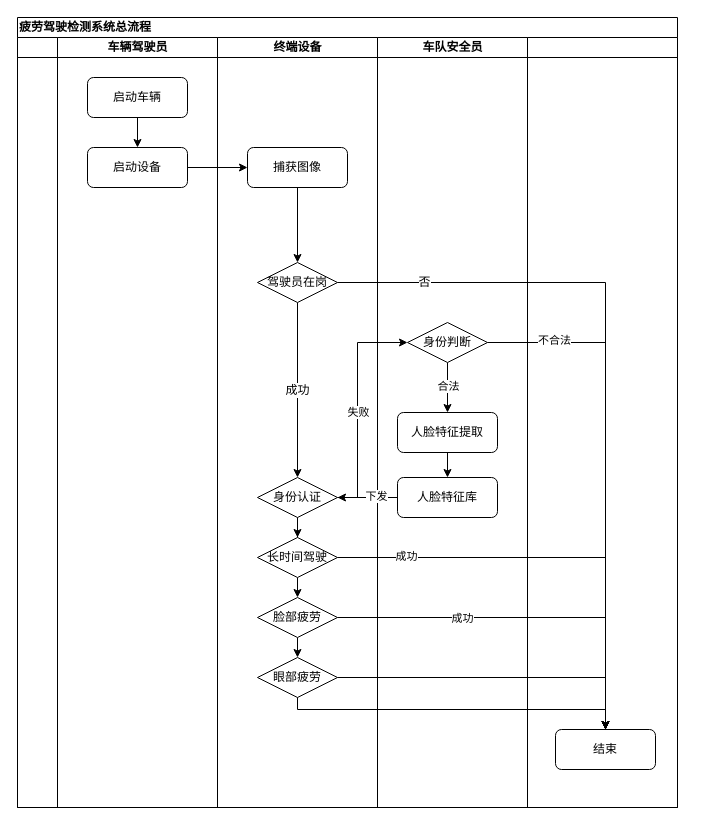
Before: page "检测流程" (2 of 3) of 疲劳驾驶检测与预警系统总流程.drawio in Flhawker/Flow, a draw.io diagram. Source tidied: cells renumbered, new cells numbered last; positions are measured from the earlier drawing's top-left corner, leaving out a move shared by most shapes. Both pictures are drawn from the tidied source at 100%, with x=0, y=0 at pixel (17, 17).
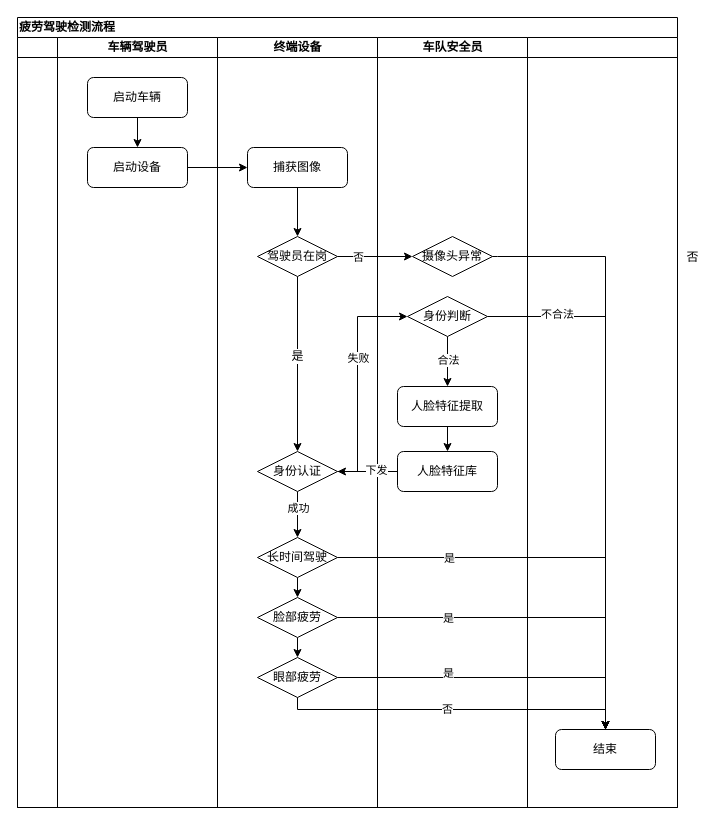
The same page after the edit.

Unchanged cells that the change refers to:
```xml
<mxCell id="8" value="终端设备" style="swimlane;html=1;startSize=20;" parent="2" vertex="1">
  <mxGeometry x="200" y="20" width="160" height="770" as="geometry" />
</mxCell>
<mxCell id="16" value="长时间驾驶" style="rhombus;whiteSpace=wrap;html=1;rounded=0;shadow=0;labelBackgroundColor=none;strokeWidth=1;fontFamily=Verdana;fontSize=12;align=center;" parent="8" vertex="1">
  <mxGeometry x="40" y="500" width="80" height="40" as="geometry" />
</mxCell>
<mxCell id="19" value="眼部疲劳" style="rhombus;whiteSpace=wrap;html=1;rounded=0;shadow=0;labelBackgroundColor=none;strokeWidth=1;fontFamily=Verdana;fontSize=12;align=center;" parent="8" vertex="1">
  <mxGeometry x="40" y="620" width="80" height="40" as="geometry" />
</mxCell>
<mxCell id="21" value="车队安全员" style="swimlane;html=1;startSize=20;" parent="2" vertex="1">
  <mxGeometry x="360" y="20" width="150" height="770" as="geometry" />
</mxCell>
<mxCell id="29" value="结束" style="rounded=1;whiteSpace=wrap;html=1;shadow=0;labelBackgroundColor=none;strokeWidth=1;fontFamily=Verdana;fontSize=12;align=center;imageHeight=24;" parent="28" vertex="1">
  <mxGeometry x="28" y="692" width="100" height="40" as="geometry" />
</mxCell>
<mxCell id="34" style="edgeStyle=orthogonalEdgeStyle;rounded=0;jettySize=auto;html=1;exitX=1;exitY=0.5;exitDx=0;exitDy=0;" parent="2" edge="1" source="16" target="29">
  <mxGeometry relative="1" as="geometry" />
</mxCell>
<mxCell id="38" style="edgeStyle=orthogonalEdgeStyle;rounded=0;jettySize=auto;html=1;exitX=1;exitY=0.5;exitDx=0;exitDy=0;" parent="2" edge="1" source="18" target="29">
  <mxGeometry relative="1" as="geometry" />
</mxCell>
<mxCell id="41" style="edgeStyle=orthogonalEdgeStyle;rounded=0;jettySize=auto;html=1;exitX=0.5;exitY=1;exitDx=0;exitDy=0;" parent="2" edge="1" source="19" target="29">
  <mxGeometry relative="1" as="geometry">
    <Array as="points">
      <mxPoint x="280" y="692" />
      <mxPoint x="588" y="692" />
    </Array>
  </mxGeometry>
</mxCell>
```

The edit, as a diff of the source:
```diff
@@
-    <mxCell id="2" value="疲劳驾驶检测系统总流程" style="swimlane;html=1;startSize=20;rounded=0;shadow=0;labelBackgroundColor=none;strokeWidth=1;fontFamily=Verdana;fontSize=12;align=left;" parent="1" vertex="1">
+    <mxCell id="2" value="疲劳驾驶检测流程" style="swimlane;html=1;startSize=20;rounded=0;shadow=0;labelBackgroundColor=none;strokeWidth=1;fontFamily=Verdana;fontSize=12;align=left;" parent="1" vertex="1">
       <mxGeometry width="660" height="790" as="geometry" />
     </mxCell>
@@
-    <mxCell id="11" value="成功" style="edgeStyle=orthogonalEdgeStyle;rounded=0;jettySize=auto;html=1;entryX=0.5;entryY=0;entryDx=0;entryDy=0;fontFamily=Helvetica;fontSize=12;" parent="8" edge="1" source="12" target="14">
-      <mxGeometry relative="1" as="geometry" />
+    <mxCell id="11" value="是" style="edgeStyle=orthogonalEdgeStyle;rounded=0;jettySize=auto;html=1;entryX=0.5;entryY=0;entryDx=0;entryDy=0;fontFamily=Helvetica;fontSize=12;" parent="8" edge="1" source="12" target="14">
+      <mxGeometry x="-0.07" relative="1" as="geometry">
+        <mxPoint y="-1" as="offset" />
+      </mxGeometry>
     </mxCell>
     <mxCell id="12" value="驾驶员在岗" style="rhombus;whiteSpace=wrap;html=1;rounded=0;shadow=0;labelBackgroundColor=none;strokeWidth=1;fontFamily=Verdana;fontSize=12;align=center;" parent="8" vertex="1">
-      <mxGeometry x="40" y="225" width="80" height="40" as="geometry" />
+      <mxGeometry x="40" y="199" width="80" height="40" as="geometry" />
     </mxCell>
-    <mxCell id="13" style="edgeStyle=orthogonalEdgeStyle;rounded=0;jettySize=auto;html=1;exitX=0.5;exitY=1;exitDx=0;exitDy=0;" parent="8" edge="1" source="14" target="16">
+    <mxCell id="13" style="edgeStyle=orthogonalEdgeStyle;rounded=0;jettySize=auto;html=1;exitX=0.5;exitY=1;exitDx=0;exitDy=0;entryX=0.5;entryY=0;entryDx=0;entryDy=0;" parent="8" edge="1" source="14" target="16">
       <mxGeometry relative="1" as="geometry" />
     </mxCell>
+    <mxCell id="44" value="成功" style="edgeLabel;html=1;align=center;verticalAlign=middle;" parent="13" vertex="1">
+      <mxGeometry x="0.19" y="-3" relative="1" as="geometry">
+        <mxPoint x="3" y="-10.7" as="offset" />
+      </mxGeometry>
+    </mxCell>
     <mxCell id="14" value="身份认证" style="rhombus;whiteSpace=wrap;html=1;rounded=0;shadow=0;labelBackgroundColor=none;strokeWidth=1;fontFamily=Verdana;fontSize=12;align=center;" parent="8" vertex="1">
-      <mxGeometry x="40" y="440" width="80" height="40" as="geometry" />
+      <mxGeometry x="40" y="414" width="80" height="40" as="geometry" />
     </mxCell>
@@
     <mxCell id="24" value="身份判断" style="rhombus;whiteSpace=wrap;html=1;rounded=0;shadow=0;labelBackgroundColor=none;strokeWidth=1;fontFamily=Verdana;fontSize=12;align=center;" parent="21" vertex="1">
-      <mxGeometry x="30" y="285" width="80" height="40" as="geometry" />
+      <mxGeometry x="30" y="259" width="80" height="40" as="geometry" />
     </mxCell>
@@
     <mxCell id="26" value="人脸特征提取" style="rounded=1;whiteSpace=wrap;html=1;shadow=0;labelBackgroundColor=none;strokeWidth=1;fontFamily=Verdana;fontSize=12;align=center;imageHeight=24;" parent="21" vertex="1">
-      <mxGeometry x="20" y="375" width="100" height="40" as="geometry" />
+      <mxGeometry x="20" y="349" width="100" height="40" as="geometry" />
     </mxCell>
     <mxCell id="27" value="人脸特征库" style="rounded=1;whiteSpace=wrap;html=1;shadow=0;labelBackgroundColor=none;strokeWidth=1;fontFamily=Verdana;fontSize=12;align=center;imageHeight=24;" parent="21" vertex="1">
-      <mxGeometry x="20" y="440" width="100" height="40" as="geometry" />
+      <mxGeometry x="20" y="414" width="100" height="40" as="geometry" />
     </mxCell>
+    <mxCell id="45" value="摄像头异常" style="rhombus;whiteSpace=wrap;html=1;rounded=0;shadow=0;labelBackgroundColor=none;strokeWidth=1;fontFamily=Verdana;fontSize=12;align=center;" parent="21" vertex="1">
+      <mxGeometry x="35" y="199" width="80" height="40" as="geometry" />
+    </mxCell>
@@
-    <mxCell id="30" style="edgeStyle=orthogonalEdgeStyle;rounded=0;jettySize=auto;html=1;fontFamily=Helvetica;fontSize=12;exitX=1;exitY=0.5;exitDx=0;exitDy=0;" parent="2" edge="1" source="12" target="29">
+    <mxCell id="30" style="edgeStyle=orthogonalEdgeStyle;rounded=0;jettySize=auto;html=1;fontFamily=Helvetica;fontSize=12;exitX=1;exitY=0.5;exitDx=0;exitDy=0;" parent="2" edge="1" source="45" target="29">
       <mxGeometry relative="1" as="geometry">
         <Array as="points">
-          <mxPoint x="588" y="265" />
+          <mxPoint x="480" y="239" />
+          <mxPoint x="588" y="239" />
         </Array>
       </mxGeometry>
     </mxCell>
     <mxCell id="31" value="否" style="edgeLabel;html=1;align=center;verticalAlign=middle;fontSize=12;fontFamily=Helvetica;" parent="30" vertex="1">
-      <mxGeometry x="-0.76" y="1" relative="1" as="geometry" />
+      <mxGeometry x="-0.76" y="1" relative="1" as="geometry">
+        <mxPoint x="129.7" y="1" as="offset" />
+      </mxGeometry>
     </mxCell>
@@
-    <mxCell id="35" value="成功" style="edgeLabel;html=1;align=center;verticalAlign=middle;" parent="34" vertex="1">
-      <mxGeometry x="-0.69" y="2" relative="1" as="geometry" />
+    <mxCell id="35" value="是" style="edgeLabel;html=1;align=center;verticalAlign=middle;" parent="34" vertex="1">
+      <mxGeometry x="-0.69" y="2" relative="1" as="geometry">
+        <mxPoint x="43.3" y="2" as="offset" />
+      </mxGeometry>
     </mxCell>
     <mxCell id="36" style="edgeStyle=orthogonalEdgeStyle;rounded=0;jettySize=auto;html=1;fontFamily=Helvetica;fontSize=14;exitX=1;exitY=0.5;exitDx=0;exitDy=0;entryX=0;entryY=0.5;entryDx=0;entryDy=0;" parent="2" edge="1" source="14" target="24">
       <mxGeometry relative="1" as="geometry">
         <Array as="points">
-          <mxPoint x="340" y="480" />
-          <mxPoint x="340" y="325" />
+          <mxPoint x="340" y="454" />
+          <mxPoint x="340" y="299" />
         </Array>
       </mxGeometry>
     </mxCell>
     <mxCell id="37" value="失败" style="edgeLabel;html=1;align=center;verticalAlign=middle;" parent="36" vertex="1">
       <mxGeometry x="-0.28" relative="1" as="geometry">
-        <mxPoint y="-25" as="offset" />
+        <mxPoint y="-52.3" as="offset" />
       </mxGeometry>
     </mxCell>
@@
-    <mxCell id="39" value="成功" style="edgeLabel;html=1;align=center;verticalAlign=middle;" parent="38" vertex="1">
-      <mxGeometry x="-0.35" relative="1" as="geometry" />
+    <mxCell id="39" value="是" style="edgeLabel;html=1;align=center;verticalAlign=middle;" parent="38" vertex="1">
+      <mxGeometry x="-0.35" relative="1" as="geometry">
+        <mxPoint x="-13.3" as="offset" />
+      </mxGeometry>
     </mxCell>
     <mxCell id="40" style="edgeStyle=orthogonalEdgeStyle;rounded=0;jettySize=auto;html=1;exitX=1;exitY=0.5;exitDx=0;exitDy=0;entryX=0.5;entryY=0;entryDx=0;entryDy=0;" parent="2" edge="1" source="19" target="29">
-      <mxGeometry relative="1" as="geometry" />
+      <mxGeometry relative="1" as="geometry">
+        <Array as="points">
+          <mxPoint x="588" y="660" />
+        </Array>
+      </mxGeometry>
     </mxCell>
+    <mxCell id="46" value="是" style="edgeLabel;html=1;align=center;verticalAlign=middle;" parent="40" vertex="1">
+      <mxGeometry x="-0.32" y="5" relative="1" as="geometry">
+        <mxPoint x="1.7" as="offset" />
+      </mxGeometry>
+    </mxCell>
@@
+    <mxCell id="47" value="否" style="edgeLabel;html=1;align=center;verticalAlign=middle;" parent="41" vertex="1">
+      <mxGeometry x="-0.55" y="1" relative="1" as="geometry">
+        <mxPoint x="85.3" as="offset" />
+      </mxGeometry>
+    </mxCell>
+    <mxCell id="48" style="edgeStyle=orthogonalEdgeStyle;rounded=0;jettySize=auto;html=1;exitX=1;exitY=0.5;exitDx=0;exitDy=0;entryX=0;entryY=0.5;entryDx=0;entryDy=0;" parent="2" edge="1" source="12" target="45">
+      <mxGeometry relative="1" as="geometry" />
+    </mxCell>
+    <mxCell id="49" value="否" style="edgeLabel;html=1;align=center;verticalAlign=middle;" parent="48" vertex="1">
+      <mxGeometry x="-0.46" y="-1" relative="1" as="geometry">
+        <mxPoint y="-1" as="offset" />
+      </mxGeometry>
+    </mxCell>
     <mxCell id="42" style="edgeStyle=orthogonalEdgeStyle;rounded=0;jettySize=auto;html=1;exitX=0;exitY=0.5;exitDx=0;exitDy=0;" parent="1" edge="1" source="27">
       <mxGeometry relative="1" as="geometry">
-        <mxPoint x="320" y="480" as="targetPoint" />
+        <mxPoint x="320" y="454" as="targetPoint" />
       </mxGeometry>
     </mxCell>
```
